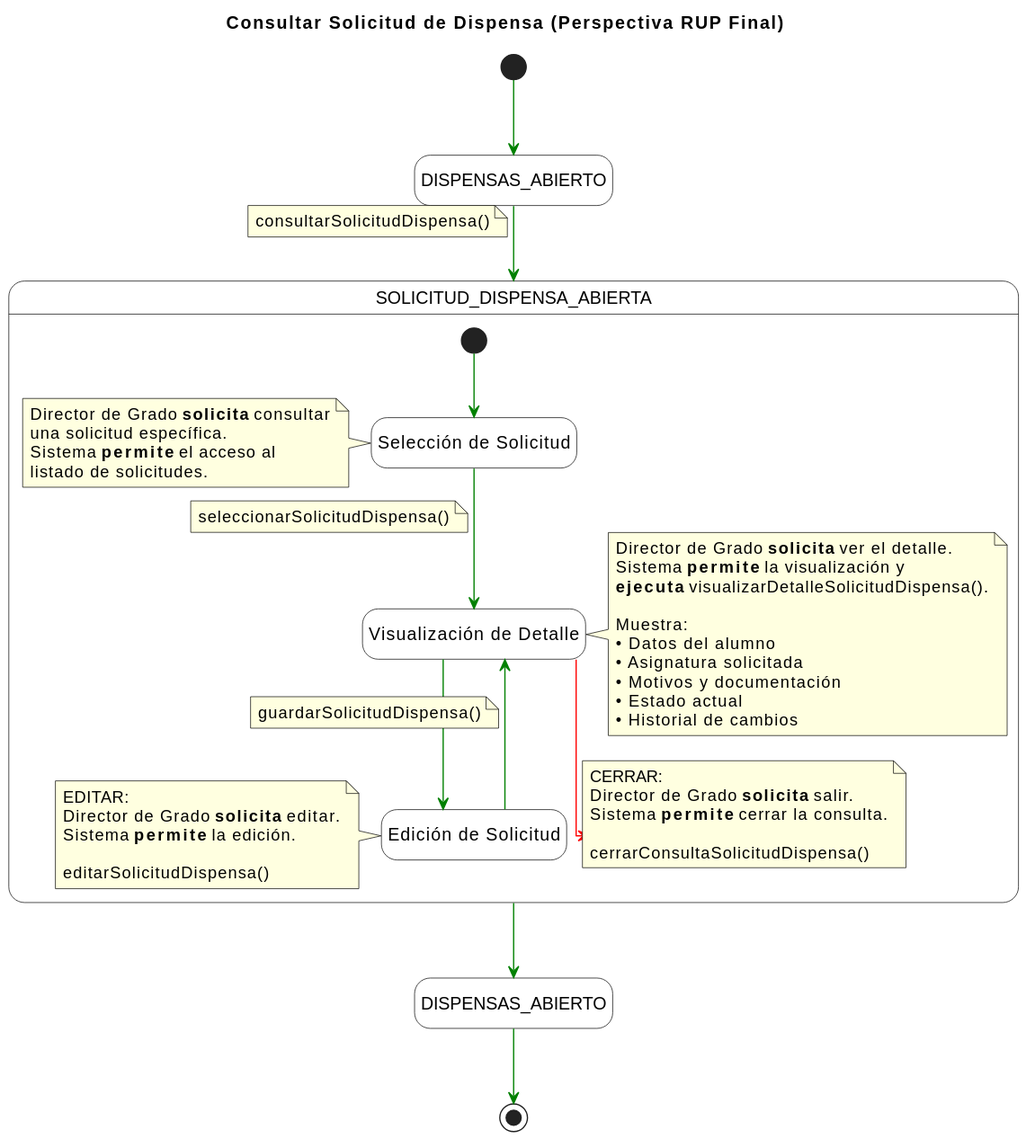
enmabry/25-26-IdSw1-SdR keeps this PlantUML diagram as documents/CasosDeUso/DetalladoCasosDeUso/DirectorDeGrado/ConsultarSolicitudDispensa.svg. Above is the earlier version.
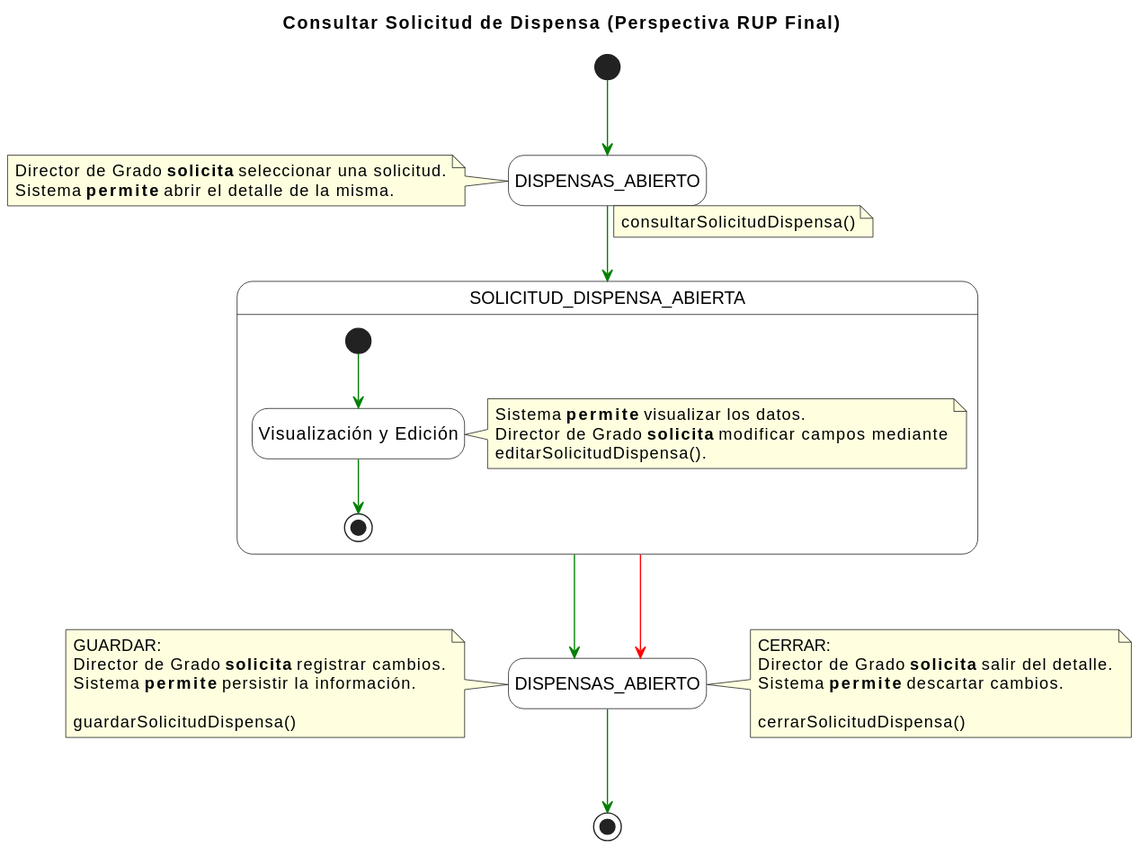
The same diagram one commit later.

Commit message:
Mejora Final Detallado CdU ConsultarSolicitudDispensa

What changed in the source:
```diff
@@ -17,68 +17,46 @@
 
 [*] -[#green]-> startState
 
+note left of startState
+    Director de Grado <b>solicita</b> seleccionar una solicitud.
+    Sistema <b>permite</b> abrir el detalle de la misma.
+end note
+
 startState -[#green]-> SOLICITUD_DISPENSA_ABIERTA
 note on link
     consultarSolicitudDispensa()
 end note
 
 state SOLICITUD_DISPENSA_ABIERTA {
-    [*] -[#green]-> SeleccionarSolicitud
+    [*] -[#green]-> VisualizacionYEdicion
 
-    state "Selección de Solicitud" as SeleccionarSolicitud <<sdlreceive>>
-    note left of SeleccionarSolicitud
-        Director de Grado <b>solicita</b> consultar
-        una solicitud específica.
-        Sistema <b>permite</b> el acceso al
-        listado de solicitudes.
+    state "Visualización y Edición" as VisualizacionYEdicion <<sdlreceive>>
+    note right of VisualizacionYEdicion
+        Sistema <b>permite</b> visualizar los datos.
+        Director de Grado <b>solicita</b> modificar campos mediante
+        editarSolicitudDispensa().
     end note
 
-    SeleccionarSolicitud -[#green]-> VisualizarDetalle
-    note on link
-        seleccionarSolicitudDispensa()
-    end note
-
-    state "Visualización de Detalle" as VisualizarDetalle <<sdlreceive>>
-    note right of VisualizarDetalle
-        Director de Grado <b>solicita</b> ver el detalle.
-        Sistema <b>permite</b> la visualización y
-        <b>ejecuta</b> visualizarDetalleSolicitudDispensa().
-
-        Muestra:
-        • Datos del alumno
-        • Asignatura solicitada
-        • Motivos y documentación
-        • Estado actual
-        • Historial de cambios
-    end note
-
-    VisualizarDetalle -[#green]-> EditarSolicitud
-
-    state "Edición de Solicitud" as EditarSolicitud <<sdlreceive>>
-    note left of EditarSolicitud
-        EDITAR:
-        Director de Grado <b>solicita</b> editar.
-        Sistema <b>permite</b> la edición.
-
-        editarSolicitudDispensa()
-    end note
-
-    EditarSolicitud -[#green]-> VisualizarDetalle
-    note on link
-        guardarSolicitudDispensa()
-    end note
-
-    VisualizarDetalle -[#red]-> [*]
-    note on link
-        CERRAR:
-        Director de Grado <b>solicita</b> salir.
-        Sistema <b>permite</b> cerrar la consulta.
-
-        cerrarConsultaSolicitudDispensa()
-    end note
+    VisualizacionYEdicion -[#green]-> [*]
 }
 
-SOLICITUD_DISPENSA_ABIERTA -[#green]-> endState
+SOLICITUD_DISPENSA_ABIERTA -[#green]down-> endState
+note left of endState
+    GUARDAR:
+    Director de Grado <b>solicita</b> registrar cambios.
+    Sistema <b>permite</b> persistir la información.
+
+    guardarSolicitudDispensa()
+end note
+
+SOLICITUD_DISPENSA_ABIERTA -[#red]down-> endState
+note right of endState
+    CERRAR:
+    Director de Grado <b>solicita</b> salir del detalle.
+    Sistema <b>permite</b> descartar cambios.
+
+    cerrarSolicitudDispensa()
+end note
 
 endState -[#green]-> [*]
 @enduml
```
